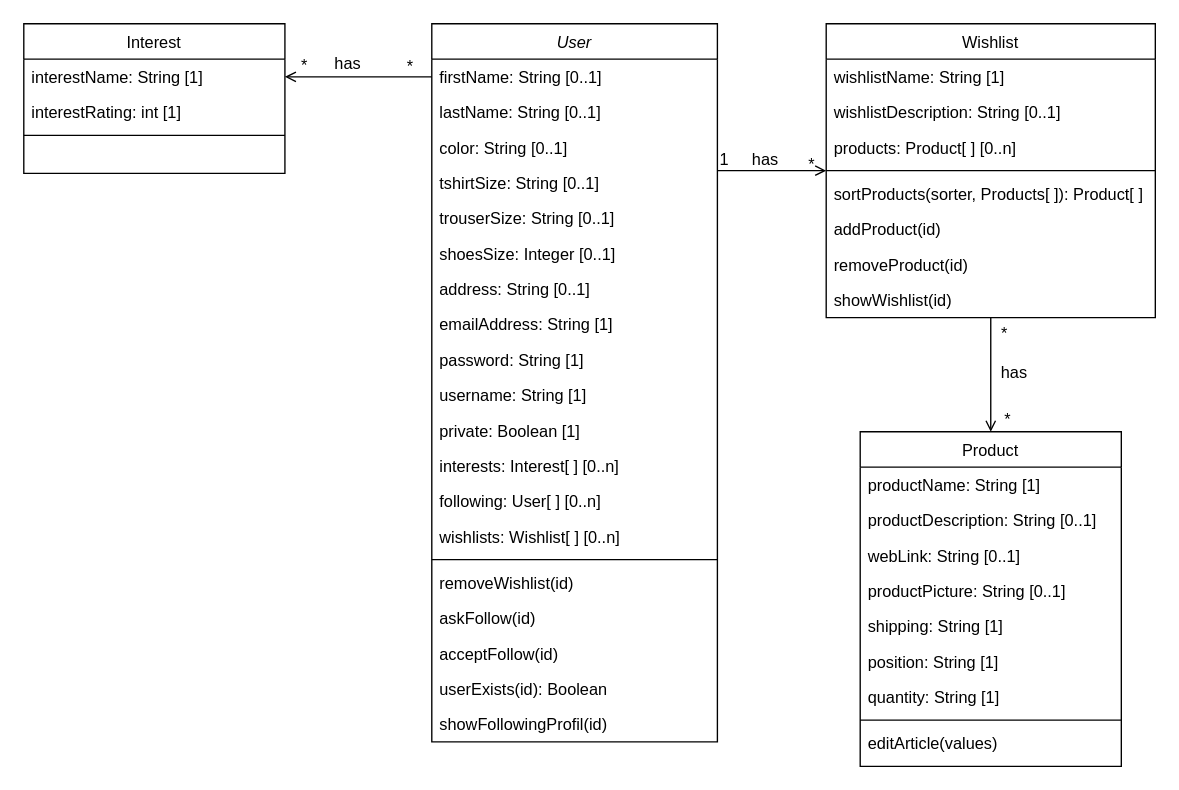
Above: Diagrammes/ClassDiagram.drawio in NNepper/LSINF1225-2020-GroupeL1.1-WishList (draw.io), before the change. Source tidied: cells renumbered, new cells numbered last; positions are measured from the earlier drawing's top-left corner, leaving out a move shared by most shapes. Both pictures are drawn from the tidied source at 136%, with x=0, y=0 at pixel (23, 23).
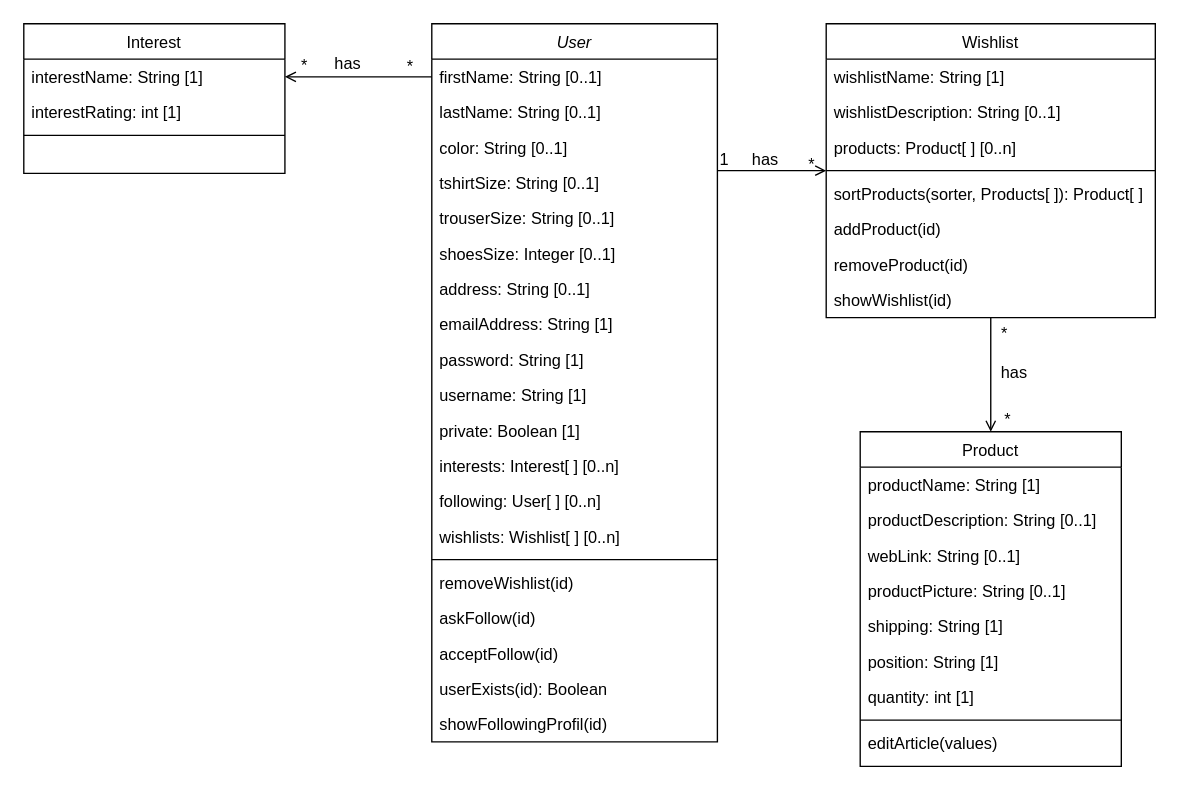
The same diagram, later.

Commit message (it also covers changes not shown here):
Correction dispatch du diagramme showWishlist + correction classDiagram quantité produit String -> int

The change refers to these unchanged cells:
```xml
<mxCell id="48" value="Product" style="swimlane;fontStyle=0;align=center;verticalAlign=top;horizontal=1;startSize=26;rounded=0;shadow=0;strokeWidth=1;" parent="1" vertex="1">
  <mxGeometry x="615" y="300" width="192" height="246" as="geometry" />
</mxCell>
```

Change to the diagram source:
```diff
@@
-    <mxCell id="55" value="quantity: String [1]" style="text;align=left;verticalAlign=top;spacingLeft=4;spacingRight=4;overflow=hidden;" parent="48" vertex="1">
+    <mxCell id="55" value="quantity: int [1]" style="text;align=left;verticalAlign=top;spacingLeft=4;spacingRight=4;overflow=hidden;" parent="48" vertex="1">
       <mxGeometry y="182" width="192" height="26" as="geometry" />
     </mxCell>
```
